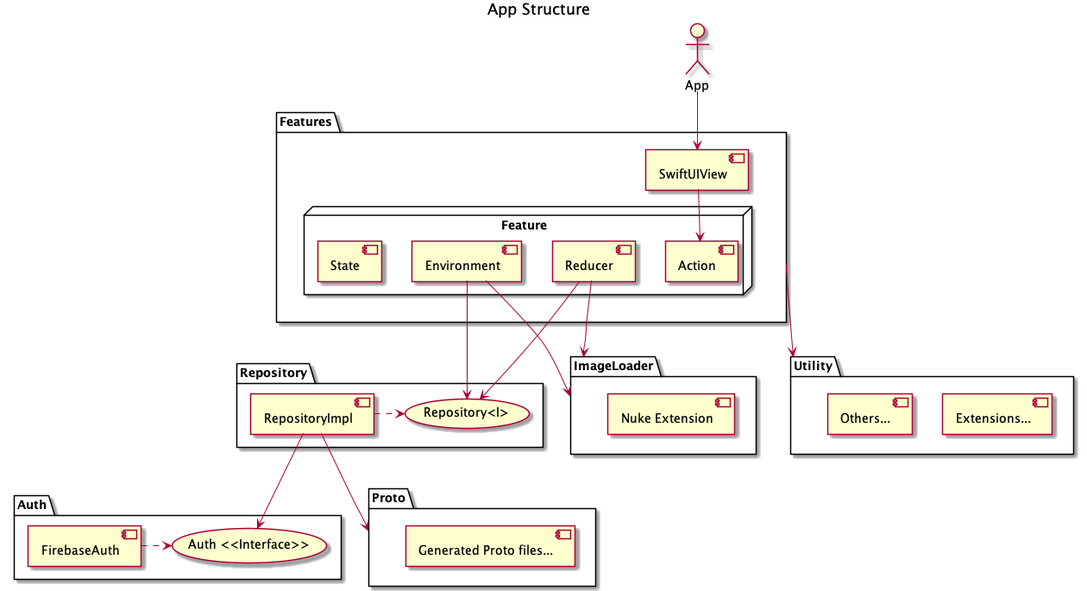
This is doc/images/app.png from tomu28/tca-swiftui-template, a PlantUML export, as it was before one commit. Its diagram source:
```plantuml
@startuml App Structure

title App Structure

package Features {
  [SwiftUIView]
  node Feature {
    [Action]
    [Reducer]
    [Environment]
    [State]
  }
}

package Proto {
  [Generated Proto files...]
}

package Utility {
  [Extensions...]
  [Others...]
}

package ImageLoader {
  [Nuke Extension]
}

package Auth {
  (Auth <<Interface>>)
  [FirebaseAuth]
}

package Repository {
  (Repository<I>)
  [RepositoryImpl]
}

App --> [SwiftUIView]
SwiftUIView --> [Action]
[Environment] --> [Repository<I>]
[Environment] --> ImageLoader
[Reducer] --> [Repository<I>]
[Reducer] --> ImageLoader
Features ---> Utility
RepositoryImpl .> [Repository<I>]
RepositoryImpl --> Proto
RepositoryImpl --> [Auth <<Interface>>]
FirebaseAuth .> [Auth <<Interface>>]

@enduml
```
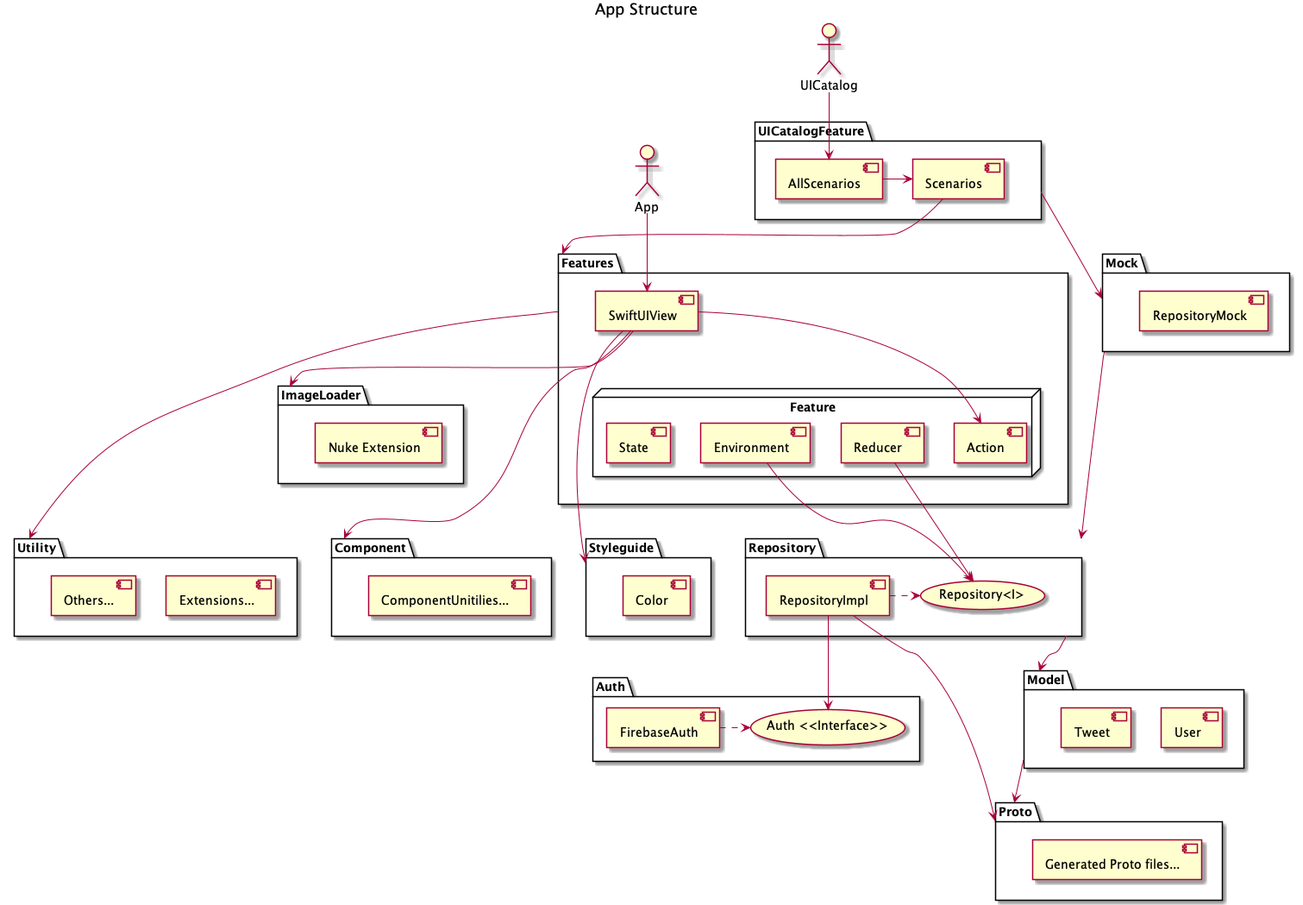
The same diagram one commit later.

Change to the diagram source:
```diff
@@ -10,6 +10,11 @@
     [Environment]
     [State]
   }
+}
+
+package UICatalogFeature {
+  [AllScenarios]
+  [Scenarios]
 }
 
 package Proto {
@@ -35,16 +40,42 @@
   [RepositoryImpl]
 }
 
+package Model {
+  [User]
+  [Tweet]
+}
+
+package Component {
+  [ComponentUnitilies...]
+}
+
+package Styleguide {
+  [Color]
+}
+
+package Mock {
+  [RepositoryMock]
+}
+
 App --> [SwiftUIView]
+UICatalog --> AllScenarios
+
 SwiftUIView --> [Action]
 [Environment] --> [Repository<I>]
-[Environment] --> ImageLoader
+SwiftUIView --> ImageLoader
 [Reducer] --> [Repository<I>]
-[Reducer] --> ImageLoader
 Features ---> Utility
 RepositoryImpl .> [Repository<I>]
 RepositoryImpl --> Proto
 RepositoryImpl --> [Auth <<Interface>>]
 FirebaseAuth .> [Auth <<Interface>>]
+Model --> Proto
+Repository --> Model
+SwiftUIView ---> Component
+SwiftUIView ---> Styleguide
+AllScenarios -> Scenarios
+Scenarios --> Features
+Mock ---> Repository
+UICatalogFeature --> Mock
 
 @enduml
```
